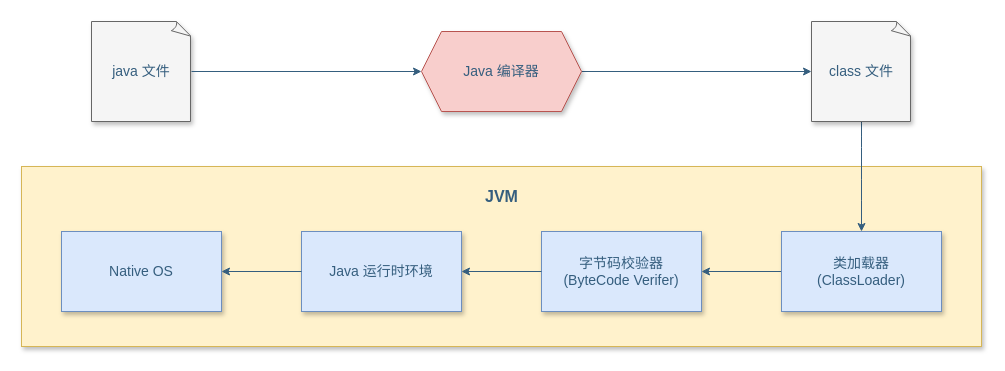
dunwu/waterdrop keeps this draw.io diagram as page "字节码构建" (8 of 10) of assets/Java/JavaCore/Java虚拟机.drawio. Above is the earlier version. Source tidied: cells renumbered, new cells numbered last; positions are measured from the earlier drawing's top-left corner, leaving out a move shared by most shapes. Both pictures are drawn from the tidied source at 100%, with x=0, y=0 at pixel (21, 21).
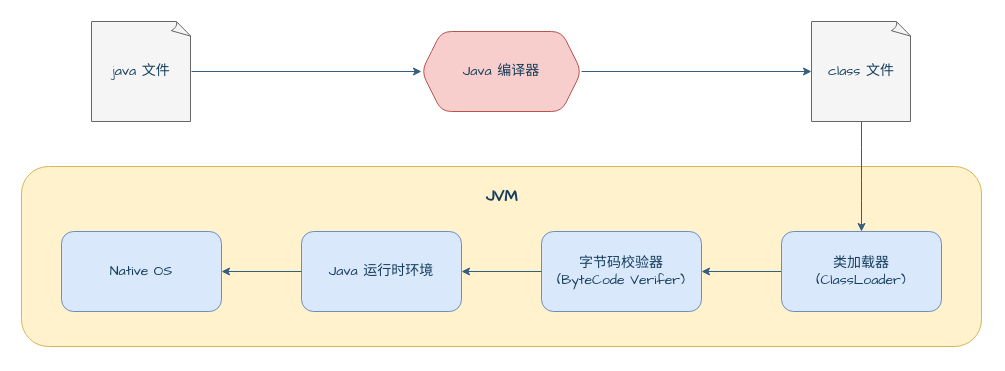
The same diagram, later.

The edit, as a diff of the source:
```diff
@@
 <mxGraphModel>
   <root>
     <mxCell id="0" />
     <mxCell id="1" parent="0" />
-    <mxCell id="2" style="rounded=0;whiteSpace=wrap;html=1;fontSize=14;fillColor=#fff2cc;strokeColor=#d6b656;shadow=1;fontColor=#355E7E;" parent="1" vertex="1">
+    <mxCell id="2" style="rounded=1;whiteSpace=wrap;html=1;fontSize=14;fillColor=#fff2cc;strokeColor=#d6b656;shadow=0;fontColor=#153E5D;fontFamily=Comic Sans MS;" parent="1" vertex="1">
       <mxGeometry y="145" width="960" height="180" as="geometry" />
     </mxCell>
-    <mxCell id="3" value="&lt;div style=&quot;font-size: 14px;&quot;&gt;&lt;div style=&quot;font-size: 14px;&quot;&gt;字节码校验器&lt;/div&gt;&lt;div style=&quot;font-size: 14px;&quot;&gt;(ByteCode Verifer)&lt;/div&gt;&lt;/div&gt;" style="rounded=0;whiteSpace=wrap;html=1;fontSize=14;fillColor=#dae8fc;strokeColor=#6c8ebf;shadow=1;fontColor=#355E7E;" parent="1" vertex="1">
+    <mxCell id="3" value="&lt;div style=&quot;font-size: 14px;&quot;&gt;&lt;div style=&quot;font-size: 14px;&quot;&gt;字节码校验器&lt;/div&gt;&lt;div style=&quot;font-size: 14px;&quot;&gt;(ByteCode Verifer)&lt;/div&gt;&lt;/div&gt;" style="rounded=1;whiteSpace=wrap;html=1;fontSize=14;fillColor=#dae8fc;strokeColor=#6c8ebf;shadow=0;fontColor=#153E5D;fontFamily=Comic Sans MS;" parent="1" vertex="1">
       <mxGeometry x="520" y="210" width="160" height="80" as="geometry" />
     </mxCell>
-    <mxCell id="4" style="edgeStyle=orthogonalEdgeStyle;rounded=0;jettySize=auto;html=1;fontSize=14;fillColor=#f5f5f5;strokeColor=#355E7E;fontColor=#355E7E;" parent="1" edge="1" source="5" target="3">
+    <mxCell id="4" style="edgeStyle=orthogonalEdgeStyle;rounded=0;jettySize=auto;html=1;fontSize=14;fillColor=#f5f5f5;strokeColor=#355E7E;fontColor=#153E5D;fontFamily=Comic Sans MS;" parent="1" edge="1" source="5" target="3">
       <mxGeometry relative="1" as="geometry" />
     </mxCell>
-    <mxCell id="5" value="&lt;div style=&quot;font-size: 14px;&quot;&gt;&lt;div style=&quot;font-size: 14px;&quot;&gt;&lt;div style=&quot;border-color: var(--border-color); font-size: 14px;&quot;&gt;类加载器&lt;/div&gt;&lt;div style=&quot;border-color: var(--border-color); font-size: 14px;&quot;&gt;(ClassLoader)&lt;/div&gt;&lt;/div&gt;&lt;/div&gt;" style="rounded=0;whiteSpace=wrap;html=1;fontSize=14;fillColor=#dae8fc;strokeColor=#6c8ebf;shadow=1;fontColor=#355E7E;" parent="1" vertex="1">
+    <mxCell id="5" value="&lt;div style=&quot;font-size: 14px;&quot;&gt;&lt;div style=&quot;font-size: 14px;&quot;&gt;&lt;div style=&quot;border-color: var(--border-color); font-size: 14px;&quot;&gt;类加载器&lt;/div&gt;&lt;div style=&quot;border-color: var(--border-color); font-size: 14px;&quot;&gt;(ClassLoader)&lt;/div&gt;&lt;/div&gt;&lt;/div&gt;" style="rounded=1;whiteSpace=wrap;html=1;fontSize=14;fillColor=#dae8fc;strokeColor=#6c8ebf;shadow=0;fontColor=#153E5D;fontFamily=Comic Sans MS;" parent="1" vertex="1">
       <mxGeometry x="760" y="210" width="160" height="80" as="geometry" />
     </mxCell>
-    <mxCell id="6" value="Java 运行时环境" style="rounded=0;whiteSpace=wrap;html=1;fontSize=14;fillColor=#dae8fc;strokeColor=#6c8ebf;shadow=1;fontColor=#355E7E;" parent="1" vertex="1">
+    <mxCell id="6" value="Java 运行时环境" style="rounded=1;whiteSpace=wrap;html=1;fontSize=14;fillColor=#dae8fc;strokeColor=#6c8ebf;shadow=0;fontColor=#153E5D;fontFamily=Comic Sans MS;" parent="1" vertex="1">
       <mxGeometry x="280" y="210" width="160" height="80" as="geometry" />
     </mxCell>
-    <mxCell id="7" style="edgeStyle=orthogonalEdgeStyle;rounded=0;jettySize=auto;html=1;fontSize=14;fillColor=#f5f5f5;strokeColor=#355E7E;fontColor=#355E7E;" parent="1" edge="1" source="3" target="6">
+    <mxCell id="7" style="edgeStyle=orthogonalEdgeStyle;rounded=0;jettySize=auto;html=1;fontSize=14;fillColor=#f5f5f5;strokeColor=#355E7E;fontColor=#153E5D;fontFamily=Comic Sans MS;" parent="1" edge="1" source="3" target="6">
       <mxGeometry relative="1" as="geometry" />
     </mxCell>
-    <mxCell id="8" value="Native OS" style="rounded=0;whiteSpace=wrap;html=1;fontSize=14;fillColor=#dae8fc;strokeColor=#6c8ebf;shadow=1;fontColor=#355E7E;" parent="1" vertex="1">
+    <mxCell id="8" value="Native OS" style="rounded=1;whiteSpace=wrap;html=1;fontSize=14;fillColor=#dae8fc;strokeColor=#6c8ebf;shadow=0;fontColor=#153E5D;fontFamily=Comic Sans MS;" parent="1" vertex="1">
       <mxGeometry x="40" y="210" width="160" height="80" as="geometry" />
     </mxCell>
-    <mxCell id="9" style="edgeStyle=orthogonalEdgeStyle;rounded=0;jettySize=auto;html=1;fontSize=14;fillColor=#f5f5f5;strokeColor=#355E7E;fontColor=#355E7E;" parent="1" edge="1" source="6" target="8">
+    <mxCell id="9" style="edgeStyle=orthogonalEdgeStyle;rounded=0;jettySize=auto;html=1;fontSize=14;fillColor=#f5f5f5;strokeColor=#355E7E;fontColor=#153E5D;fontFamily=Comic Sans MS;" parent="1" edge="1" source="6" target="8">
       <mxGeometry relative="1" as="geometry" />
     </mxCell>
-    <mxCell id="10" value="java 文件" style="whiteSpace=wrap;html=1;shape=mxgraph.basic.document;rounded=1;strokeColor=#666666;align=center;verticalAlign=middle;fontFamily=Helvetica;fontSize=14;fontColor=#355E7E;fillColor=#f5f5f5;shadow=1;" parent="1" vertex="1">
+    <mxCell id="10" value="java 文件" style="whiteSpace=wrap;html=1;shape=mxgraph.basic.document;rounded=1;strokeColor=#666666;align=center;verticalAlign=middle;fontFamily=Comic Sans MS;fontSize=14;fontColor=#153E5D;fillColor=#f5f5f5;shadow=0;" parent="1" vertex="1">
       <mxGeometry x="70" width="100" height="100" as="geometry" />
     </mxCell>
-    <mxCell id="11" style="edgeStyle=orthogonalEdgeStyle;jettySize=auto;html=1;entryX=0.5;entryY=0;entryDx=0;entryDy=0;curved=1;fillColor=#f5f5f5;strokeColor=#355E7E;fontColor=#355E7E;" parent="1" edge="1" source="12" target="5">
+    <mxCell id="11" style="edgeStyle=orthogonalEdgeStyle;jettySize=auto;html=1;entryX=0.5;entryY=0;entryDx=0;entryDy=0;curved=1;fillColor=#f5f5f5;strokeColor=#355E7E;fontColor=#153E5D;fontFamily=Comic Sans MS;" parent="1" edge="1" source="12" target="5">
       <mxGeometry relative="1" as="geometry" />
     </mxCell>
-    <mxCell id="12" value="class 文件" style="whiteSpace=wrap;html=1;shape=mxgraph.basic.document;rounded=1;strokeColor=#666666;align=center;verticalAlign=middle;fontFamily=Helvetica;fontSize=14;fontColor=#355E7E;fillColor=#f5f5f5;shadow=1;" parent="1" vertex="1">
+    <mxCell id="12" value="class 文件" style="whiteSpace=wrap;html=1;shape=mxgraph.basic.document;rounded=1;strokeColor=#666666;align=center;verticalAlign=middle;fontFamily=Comic Sans MS;fontSize=14;fontColor=#153E5D;fillColor=#f5f5f5;shadow=0;" parent="1" vertex="1">
       <mxGeometry x="790" width="100" height="100" as="geometry" />
     </mxCell>
-    <mxCell id="13" style="edgeStyle=orthogonalEdgeStyle;rounded=0;jettySize=auto;html=1;fillColor=#f5f5f5;strokeColor=#355E7E;fontColor=#355E7E;" parent="1" edge="1" source="14" target="12">
+    <mxCell id="13" style="edgeStyle=orthogonalEdgeStyle;rounded=0;jettySize=auto;html=1;fillColor=#f5f5f5;strokeColor=#355E7E;fontColor=#153E5D;fontFamily=Comic Sans MS;" parent="1" edge="1" source="14" target="12">
       <mxGeometry relative="1" as="geometry" />
     </mxCell>
-    <mxCell id="14" value="Java 编译器" style="shape=hexagon;perimeter=hexagonPerimeter2;whiteSpace=wrap;html=1;fixedSize=1;fontSize=14;fillColor=#f8cecc;strokeColor=#b85450;rounded=0;shadow=1;fontColor=#355E7E;" parent="1" vertex="1">
+    <mxCell id="14" value="Java 编译器" style="shape=hexagon;perimeter=hexagonPerimeter2;whiteSpace=wrap;html=1;fixedSize=1;fontSize=14;fillColor=#f8cecc;strokeColor=#b85450;rounded=1;shadow=0;fontColor=#153E5D;fontFamily=Comic Sans MS;" parent="1" vertex="1">
       <mxGeometry x="400" y="10" width="160" height="80" as="geometry" />
     </mxCell>
-    <mxCell id="15" style="edgeStyle=orthogonalEdgeStyle;rounded=0;jettySize=auto;html=1;fillColor=#f5f5f5;strokeColor=#355E7E;fontColor=#355E7E;" parent="1" edge="1" source="10" target="14">
+    <mxCell id="15" style="edgeStyle=orthogonalEdgeStyle;rounded=0;jettySize=auto;html=1;fillColor=#f5f5f5;strokeColor=#355E7E;fontColor=#153E5D;fontFamily=Comic Sans MS;" parent="1" edge="1" source="10" target="14">
       <mxGeometry relative="1" as="geometry" />
     </mxCell>
-    <mxCell id="16" value="JVM" style="text;html=1;align=center;verticalAlign=middle;strokeColor=none;fillColor=none;fontSize=16;fontStyle=1;fontColor=#355E7E;" parent="1" vertex="1">
+    <mxCell id="16" value="JVM" style="text;html=1;align=center;verticalAlign=middle;strokeColor=none;fillColor=none;fontSize=16;fontStyle=1;fontColor=#153E5D;fontFamily=Comic Sans MS;" parent="1" vertex="1">
       <mxGeometry x="450" y="160" width="60" height="30" as="geometry" />
     </mxCell>
   </root>
 </mxGraphModel>
```
